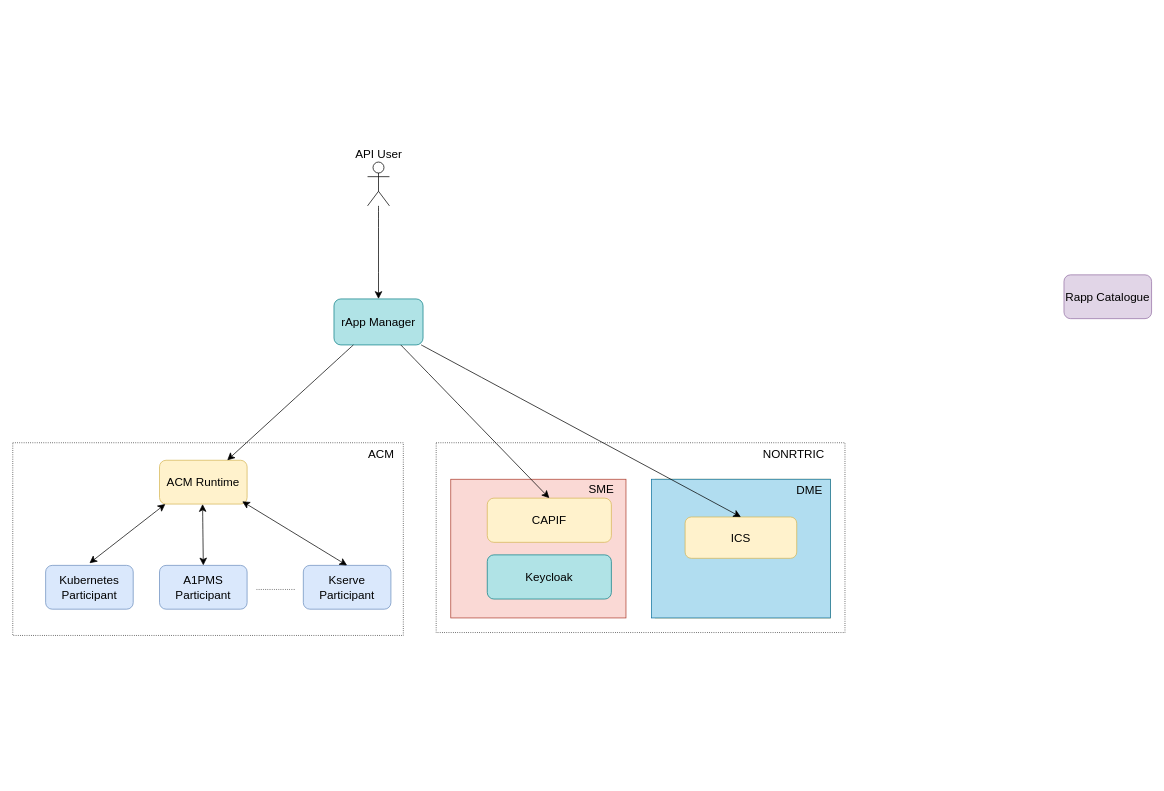
o-ran-sc/nonrtric-plt-rappmanager keeps this draw.io diagram as page "Architecture" (1 of 5) of docs/drawio/rApp-manager.drawio. Above is the earlier version. Source tidied: cells renumbered, new cells numbered last; positions are measured from the earlier drawing's top-left corner, leaving out a move shared by most shapes. Both pictures are drawn from the tidied source at 73%, with x=0, y=0 at pixel (12, 162).
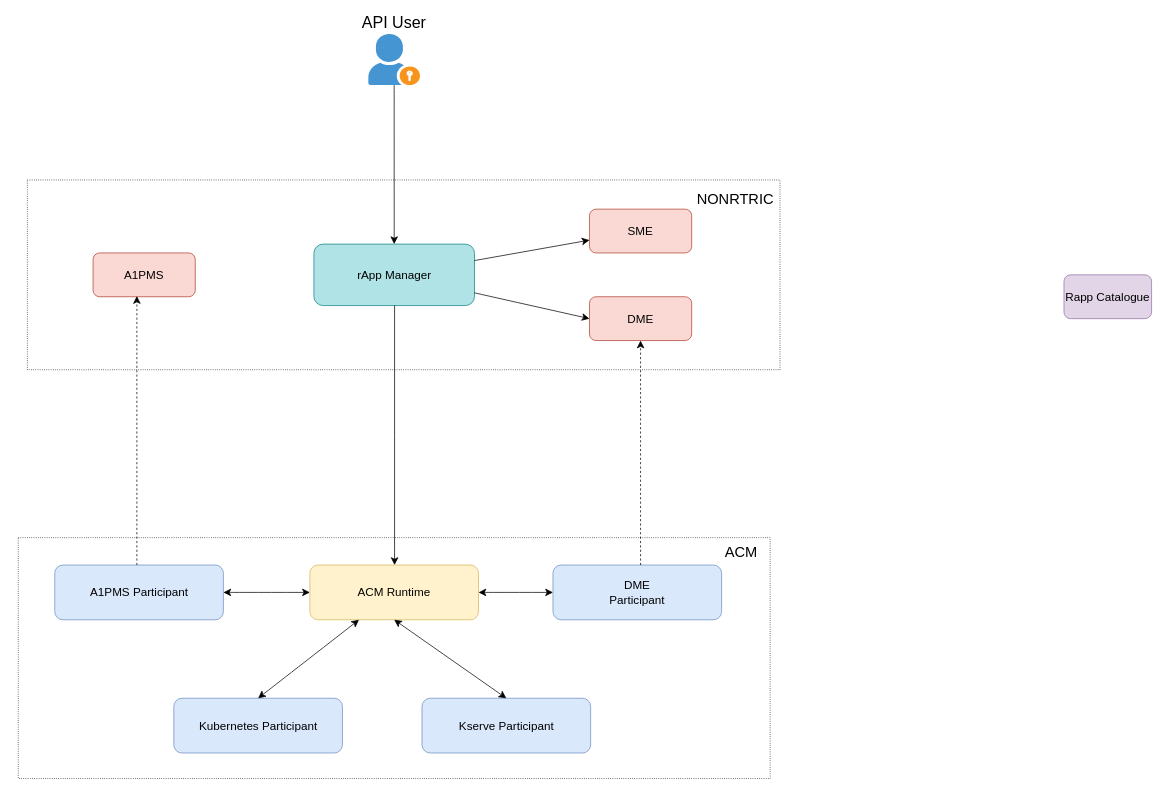
Above is the later version.

Diff of the diagram source:
```diff
@@
-    <mxCell id="2" style="rounded=0;whiteSpace=wrap;html=1;fontSize=16;dashed=1;dashPattern=1 2;" parent="1" vertex="1">
-      <mxGeometry x="580" y="384" width="560" height="260" as="geometry" />
-    </mxCell>
-    <mxCell id="3" value="rApp Manager" style="rounded=1;whiteSpace=wrap;html=1;fontSize=16;fillColor=#b0e3e6;strokeColor=#0e8088;" parent="1" vertex="1">
-      <mxGeometry x="440" y="187" width="122" height="63" as="geometry" />
-    </mxCell>
-    <mxCell id="4" style="edgeStyle=none;curved=1;rounded=0;jettySize=auto;html=1;entryX=0.5;entryY=0;entryDx=0;entryDy=0;fontSize=12;startSize=8;endSize=8;" parent="1" edge="1" source="5" target="3">
-      <mxGeometry relative="1" as="geometry" />
-    </mxCell>
-    <mxCell id="5" value="API User" style="shape=umlActor;verticalLabelPosition=top;verticalAlign=bottom;html=1;outlineConnect=0;fontSize=16;labelPosition=center;align=center;" parent="1" vertex="1">
-      <mxGeometry x="486" y="-0.5" width="30" height="60" as="geometry" />
-    </mxCell>
@@
     <mxCell id="7" style="group;" parent="1" vertex="1">
-      <mxGeometry y="384" width="535" height="264" as="geometry" />
+      <mxGeometry x="7.5" y="514" width="1030" height="330" as="geometry" />
     </mxCell>
     <mxCell id="8" style="rounded=0;whiteSpace=wrap;html=1;fontSize=16;shadow=0;glass=0;dashed=1;dashPattern=1 2;" parent="7" vertex="1">
-      <mxGeometry width="535" height="264" as="geometry" />
+      <mxGeometry width="1030" height="330" as="geometry" />
     </mxCell>
     <mxCell id="9" value="ACM Runtime" style="rounded=1;whiteSpace=wrap;html=1;fontSize=16;fillColor=#fff2cc;strokeColor=#d6b656;" parent="7" vertex="1">
-      <mxGeometry x="201" y="24" width="120" height="60" as="geometry" />
+      <mxGeometry x="399.5" y="37.5" width="231" height="75" as="geometry" />
     </mxCell>
     <mxCell id="10" value="Kubernetes Participant" style="rounded=1;whiteSpace=wrap;html=1;fontSize=16;fillColor=#dae8fc;strokeColor=#6c8ebf;" parent="7" vertex="1">
-      <mxGeometry x="45" y="168" width="120" height="60" as="geometry" />
+      <mxGeometry x="213.1" y="220" width="231" height="75" as="geometry" />
     </mxCell>
     <mxCell id="11" value="A1PMS Participant" style="rounded=1;whiteSpace=wrap;html=1;fontSize=16;fillColor=#dae8fc;strokeColor=#6c8ebf;" parent="7" vertex="1">
-      <mxGeometry x="201" y="168" width="120" height="60" as="geometry" />
+      <mxGeometry x="50" y="37.5" width="231" height="75" as="geometry" />
     </mxCell>
     <mxCell id="12" value="Kserve Participant" style="rounded=1;whiteSpace=wrap;html=1;fontSize=16;fillColor=#dae8fc;strokeColor=#6c8ebf;" parent="7" vertex="1">
-      <mxGeometry x="398" y="168" width="120" height="60" as="geometry" />
+      <mxGeometry x="553.1" y="220" width="231" height="75" as="geometry" />
     </mxCell>
-    <mxCell id="13" style="endArrow=classic;startArrow=classic;html=1;rounded=0;fontSize=12;startSize=8;endSize=8;curved=1;" parent="7" edge="1">
-      <mxGeometry relative="1" as="geometry">
-        <mxPoint x="209" y="84" as="sourcePoint" />
-        <mxPoint x="105" y="165" as="targetPoint" />
-      </mxGeometry>
-    </mxCell>
-    <mxCell id="14" style="endArrow=classic;startArrow=classic;html=1;rounded=0;fontSize=12;startSize=8;endSize=8;curved=1;entryX=0.5;entryY=0;entryDx=0;entryDy=0;" parent="7" edge="1" target="11">
-      <mxGeometry relative="1" as="geometry">
-        <mxPoint x="260" y="84" as="sourcePoint" />
-      </mxGeometry>
-    </mxCell>
-    <mxCell id="15" style="endArrow=classic;startArrow=classic;html=1;rounded=0;fontSize=12;startSize=8;endSize=8;curved=1;entryX=0.944;entryY=0.939;entryDx=0;entryDy=0;entryPerimeter=0;exitX=0.5;exitY=0;exitDx=0;exitDy=0;" parent="7" edge="1" source="12" target="9">
+    <mxCell id="15" style="endArrow=classic;startArrow=classic;html=1;rounded=0;fontSize=12;startSize=8;endSize=8;curved=1;entryX=0.5;entryY=1;entryDx=0;entryDy=0;exitX=0.5;exitY=0;exitDx=0;exitDy=0;" parent="7" edge="1" source="12" target="9">
       <mxGeometry relative="1" as="geometry" />
     </mxCell>
-    <mxCell id="16" value="ACM" style="text;html=1;strokeColor=none;fillColor=none;align=center;verticalAlign=middle;whiteSpace=wrap;rounded=0;fontSize=16;" parent="7" vertex="1">
-      <mxGeometry x="475" width="60" height="30" as="geometry" />
+    <mxCell id="16" value="ACM" style="text;html=1;strokeColor=none;fillColor=none;align=center;verticalAlign=middle;whiteSpace=wrap;rounded=0;fontSize=20;" parent="7" vertex="1">
+      <mxGeometry x="932.5" width="115.5" height="37.5" as="geometry" />
     </mxCell>
-    <mxCell id="17" style="endArrow=none;dashed=1;html=1;rounded=0;fontSize=12;startSize=8;endSize=8;curved=1;dashPattern=1 2;" parent="7" edge="1">
-      <mxGeometry relative="1" as="geometry">
-        <mxPoint x="334" y="201" as="sourcePoint" />
-        <mxPoint x="386" y="201" as="targetPoint" />
-      </mxGeometry>
-    </mxCell>
+    <mxCell id="31" value="DME&lt;br&gt;Participant" style="rounded=1;whiteSpace=wrap;html=1;fontSize=16;fillColor=#dae8fc;strokeColor=#6c8ebf;" parent="7" vertex="1">
+      <mxGeometry x="732.5" y="37.5" width="231" height="75" as="geometry" />
+    </mxCell>
+    <mxCell id="32" style="endArrow=classic;startArrow=classic;html=1;rounded=0;fontSize=12;startSize=8;endSize=8;curved=1;exitX=1;exitY=0.5;exitDx=0;exitDy=0;" parent="7" edge="1" source="9" target="31">
+      <mxGeometry relative="1" as="geometry" />
+    </mxCell>
+    <mxCell id="33" style="endArrow=classic;startArrow=classic;html=1;rounded=0;fontSize=12;startSize=8;endSize=8;curved=1;exitX=0.5;exitY=0;exitDx=0;exitDy=0;" parent="7" edge="1" source="10" target="9">
+      <mxGeometry relative="1" as="geometry" />
+    </mxCell>
+    <mxCell id="34" style="endArrow=classic;startArrow=classic;html=1;rounded=0;fontSize=12;startSize=8;endSize=8;curved=1;entryX=0;entryY=0.5;entryDx=0;entryDy=0;" parent="7" edge="1" source="11" target="9">
+      <mxGeometry relative="1" as="geometry" />
+    </mxCell>
+    <mxCell id="35" style="group;" parent="1" vertex="1">
+      <mxGeometry x="20" y="24" width="1031" height="260" as="geometry" />
+    </mxCell>
+    <mxCell id="2" style="rounded=0;whiteSpace=wrap;html=1;fontSize=16;dashed=1;dashPattern=1 2;" parent="35" vertex="1">
+      <mxGeometry width="1031" height="260" as="geometry" />
+    </mxCell>
+    <mxCell id="3" value="rApp Manager" style="rounded=1;whiteSpace=wrap;html=1;fontSize=16;fillColor=#b0e3e6;strokeColor=#0e8088;" parent="35" vertex="1">
+      <mxGeometry x="392.5" y="87.9" width="220" height="84.2" as="geometry" />
+    </mxCell>
+    <mxCell id="19" value="NONRTRIC" style="text;html=1;strokeColor=none;fillColor=none;align=center;verticalAlign=middle;whiteSpace=wrap;rounded=0;fontSize=20;fontStyle=0;" parent="35" vertex="1">
+      <mxGeometry x="940" y="20" width="60" height="12.2" as="geometry" />
+    </mxCell>
+    <mxCell id="26" value="A1PMS" style="rounded=1;whiteSpace=wrap;html=1;fontSize=16;shadow=0;glass=0;fillColor=#fad9d5;strokeColor=#ae4132;" parent="35" vertex="1">
+      <mxGeometry x="90" y="100" width="140" height="60" as="geometry" />
+    </mxCell>
+    <mxCell id="28" value="SME" style="rounded=1;whiteSpace=wrap;html=1;fontSize=16;shadow=0;glass=0;fillColor=#fad9d5;strokeColor=#ae4132;" parent="35" vertex="1">
+      <mxGeometry x="770" y="40" width="140" height="60" as="geometry" />
+    </mxCell>
+    <mxCell id="36" style="edgeStyle=none;curved=1;rounded=0;jettySize=auto;html=1;fontSize=12;startSize=8;endSize=8;" parent="35" edge="1" source="3" target="28">
+      <mxGeometry relative="1" as="geometry" />
+    </mxCell>
+    <mxCell id="24" value="DME" style="rounded=1;whiteSpace=wrap;html=1;fontSize=16;shadow=0;glass=0;fillColor=#fad9d5;strokeColor=#ae4132;" parent="35" vertex="1">
+      <mxGeometry x="770" y="160" width="140" height="60" as="geometry" />
+    </mxCell>
+    <mxCell id="37" style="edgeStyle=none;curved=1;rounded=0;jettySize=auto;html=1;entryX=0;entryY=0.5;entryDx=0;entryDy=0;fontSize=12;startSize=8;endSize=8;" parent="35" edge="1" source="3" target="24">
+      <mxGeometry relative="1" as="geometry" />
+    </mxCell>
+    <mxCell id="38" style="edgeStyle=elbowEdgeStyle;rounded=0;jettySize=auto;html=1;entryX=0.425;entryY=0.984;entryDx=0;entryDy=0;entryPerimeter=0;fontSize=12;startSize=8;endSize=8;dashed=1;" parent="1" edge="1" source="11" target="26">
+      <mxGeometry relative="1" as="geometry" />
+    </mxCell>
-    <mxCell id="18" style="edgeStyle=none;curved=1;rounded=0;jettySize=auto;html=1;fontSize=12;startSize=8;endSize=8;" parent="1" edge="1" source="3" target="9">
+    <mxCell id="18" style="edgeStyle=elbowEdgeStyle;rounded=0;jettySize=auto;html=1;fontSize=12;startSize=8;endSize=8;" parent="1" edge="1" source="3" target="9">
       <mxGeometry relative="1" as="geometry" />
     </mxCell>
-    <mxCell id="19" value="NONRTRIC" style="text;html=1;strokeColor=none;fillColor=none;align=center;verticalAlign=middle;whiteSpace=wrap;rounded=0;fontSize=16;" parent="1" vertex="1">
-      <mxGeometry x="1040" y="394" width="60" height="12.2" as="geometry" />
-    </mxCell>
-    <mxCell id="20" style="group;fillColor=#fff2cc;strokeColor=#d6b656;" parent="1" vertex="1">
-      <mxGeometry x="880" y="434" width="240" height="190" as="geometry" />
-    </mxCell>
-    <mxCell id="21" style="rounded=0;whiteSpace=wrap;html=1;fontSize=16;shadow=0;glass=0;fillColor=#b1ddf0;strokeColor=#10739e;" parent="20" vertex="1">
-      <mxGeometry x="-5" width="245" height="190" as="geometry" />
-    </mxCell>
-    <mxCell id="22" value="ICS" style="rounded=1;whiteSpace=wrap;html=1;fontSize=16;fillColor=#fff2cc;strokeColor=#d6b656;" parent="20" vertex="1">
-      <mxGeometry x="41" y="51.7" width="152.9" height="56.6" as="geometry" />
-    </mxCell>
-    <mxCell id="23" style="edgeStyle=none;curved=1;rounded=0;orthogonalLoop=1;jettySize=auto;html=1;exitX=0.5;exitY=1;exitDx=0;exitDy=0;fontSize=12;startSize=8;endSize=8;" parent="20" edge="1" source="21" target="21">
-      <mxGeometry relative="1" as="geometry" />
-    </mxCell>
-    <mxCell id="24" value="DME" style="text;html=1;strokeColor=none;fillColor=none;align=center;verticalAlign=middle;whiteSpace=wrap;rounded=0;fontSize=16;" parent="20" vertex="1">
-      <mxGeometry x="190" y="10" width="42.9" height="10.2" as="geometry" />
-    </mxCell>
-    <mxCell id="25" style="edgeStyle=none;curved=1;rounded=0;jettySize=auto;html=1;entryX=0.5;entryY=0;entryDx=0;entryDy=0;fontSize=12;startSize=8;endSize=8;" parent="1" edge="1" source="3" target="22">
-      <mxGeometry relative="1" as="geometry" />
-    </mxCell>
-    <mxCell id="26" style="rounded=0;whiteSpace=wrap;html=1;fontSize=16;shadow=0;glass=0;fillColor=#fad9d5;strokeColor=#ae4132;" parent="1" vertex="1">
-      <mxGeometry x="600" y="434" width="240" height="190" as="geometry" />
-    </mxCell>
-    <mxCell id="27" value="CAPIF" style="rounded=1;whiteSpace=wrap;html=1;fontSize=16;fillColor=#fff2cc;strokeColor=#d6b656;" parent="1" vertex="1">
-      <mxGeometry x="650" y="459.9" width="170" height="60.5" as="geometry" />
-    </mxCell>
-    <mxCell id="28" value="SME" style="text;html=1;strokeColor=none;fillColor=none;align=center;verticalAlign=middle;whiteSpace=wrap;rounded=0;fontSize=16;" parent="1" vertex="1">
-      <mxGeometry x="782.5" y="442" width="47.1" height="9.8" as="geometry" />
-    </mxCell>
-    <mxCell id="29" value="Keycloak" style="rounded=1;whiteSpace=wrap;html=1;fontSize=16;fillColor=#b0e3e6;strokeColor=#0e8088;" parent="1" vertex="1">
-      <mxGeometry x="650" y="537.6" width="170" height="60.5" as="geometry" />
-    </mxCell>
-    <mxCell id="30" style="edgeStyle=none;curved=1;rounded=0;jettySize=auto;html=1;entryX=0.5;entryY=0;entryDx=0;entryDy=0;fontSize=12;startSize=8;endSize=8;" parent="1" edge="1" source="3" target="27">
-      <mxGeometry relative="1" as="geometry" />
-    </mxCell>
+    <mxCell id="39" style="edgeStyle=elbowEdgeStyle;rounded=0;jettySize=auto;html=1;fontSize=12;startSize=8;endSize=8;dashed=1;" parent="1" edge="1" source="31" target="24">
+      <mxGeometry relative="1" as="geometry" />
+    </mxCell>
+    <mxCell id="4" style="edgeStyle=none;curved=1;rounded=0;jettySize=auto;html=1;fontSize=12;startSize=8;endSize=8;" parent="1" edge="1" source="5" target="3">
+      <mxGeometry relative="1" as="geometry" />
+    </mxCell>
+    <mxCell id="5" value="API User" style="shadow=0;dashed=0;html=1;strokeColor=none;fillColor=#4495D1;labelPosition=center;verticalLabelPosition=top;verticalAlign=bottom;align=center;outlineConnect=0;shape=mxgraph.veeam.portal_admin;fontSize=22;flipH=0;" parent="1" vertex="1">
+      <mxGeometry x="487.1" y="-176" width="70.7" height="70" as="geometry" />
+    </mxCell>
```
